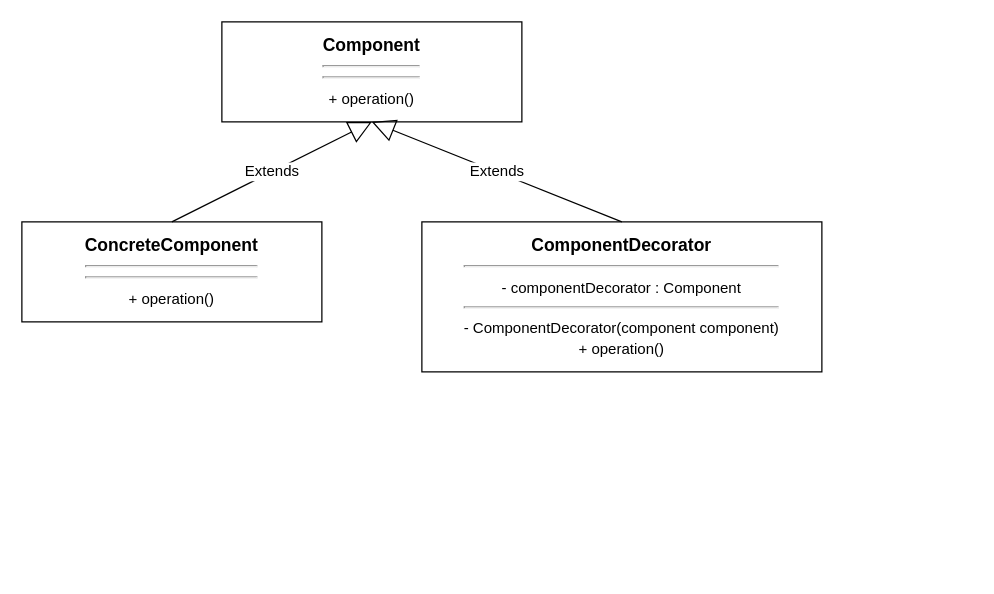
Earlier version of the draw.io diagram DecoratorPattern.drawio (jongHyeon0000/bitcamp-study). Source tidied: cells renumbered, new cells numbered last; positions are measured from the earlier drawing's top-left corner, leaving out a move shared by most shapes. Both pictures are drawn from the tidied source at 125%, with x=0, y=0 at pixel (21, 21).
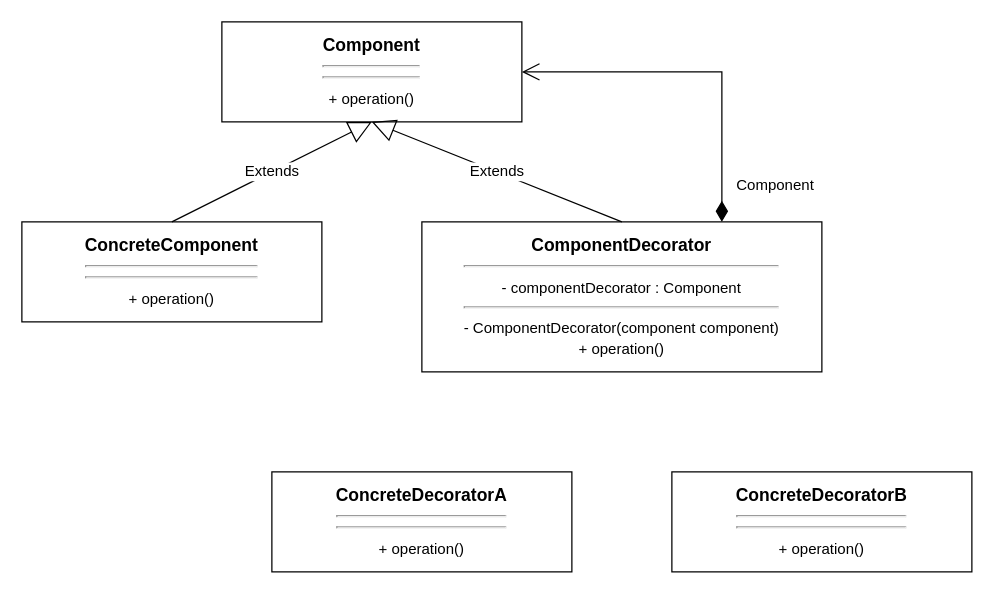
After the change.

The edit, as a diff of the source:
```diff
@@
 <mxGraphModel>
   <root>
     <mxCell id="0" />
     <mxCell id="1" parent="0" />
     <mxCell id="2" value="&lt;b&gt;Component&lt;br&gt;&lt;/b&gt;&lt;hr&gt;&lt;hr style=&quot;font-size: 13px;&quot;&gt;&lt;span style=&quot;font-size: 12px;&quot;&gt;+ operation()&lt;/span&gt;" style="rounded=0;whiteSpace=wrap;html=1;fontSize=14;fontColor=#000000;fillColor=default;gradientColor=none;" parent="1" vertex="1">
       <mxGeometry x="160" width="240" height="80" as="geometry" />
     </mxCell>
     <mxCell id="3" value="&lt;b&gt;ConcreteComponent&lt;br&gt;&lt;/b&gt;&lt;hr&gt;&lt;hr style=&quot;font-size: 13px;&quot;&gt;&lt;span style=&quot;font-size: 12px;&quot;&gt;+ operation()&lt;/span&gt;" style="rounded=0;whiteSpace=wrap;html=1;fontSize=14;fontColor=#000000;fillColor=default;gradientColor=none;" parent="1" vertex="1">
       <mxGeometry y="160" width="240" height="80" as="geometry" />
     </mxCell>
     <mxCell id="4" value="Extends" style="endArrow=block;endSize=16;endFill=0;html=1;rounded=0;fontSize=12;fontColor=#000000;exitX=0.5;exitY=0;exitDx=0;exitDy=0;entryX=0.5;entryY=1;entryDx=0;entryDy=0;" parent="1" edge="1" source="3" target="2">
       <mxGeometry relative="1" as="geometry" />
     </mxCell>
     <mxCell id="5" value="&lt;b&gt;ComponentDecorator&lt;br&gt;&lt;/b&gt;&lt;hr&gt;&lt;font style=&quot;font-size: 12px;&quot;&gt;- componentDecorator : Component&lt;/font&gt;&lt;br&gt;&lt;hr style=&quot;font-size: 13px;&quot;&gt;&lt;span style=&quot;font-size: 12px;&quot;&gt;- ComponentDecorator(component component)&lt;br&gt;+ operation()&lt;/span&gt;" style="rounded=0;whiteSpace=wrap;html=1;fontSize=14;fontColor=#000000;fillColor=default;gradientColor=none;" parent="1" vertex="1">
       <mxGeometry x="320" y="160" width="320" height="120" as="geometry" />
     </mxCell>
     <mxCell id="6" value="Extends" style="endArrow=block;endSize=16;endFill=0;html=1;rounded=0;fontSize=12;fontColor=#000000;exitX=0.5;exitY=0;exitDx=0;exitDy=0;" parent="1" edge="1" source="5">
       <mxGeometry relative="1" as="geometry">
         <mxPoint x="280" y="80" as="targetPoint" />
       </mxGeometry>
     </mxCell>
+    <mxCell id="7" value="&lt;b&gt;ConcreteDecoratorA&lt;br&gt;&lt;/b&gt;&lt;hr&gt;&lt;hr style=&quot;font-size: 13px;&quot;&gt;&lt;span style=&quot;font-size: 12px;&quot;&gt;+ operation()&lt;/span&gt;" style="rounded=0;whiteSpace=wrap;html=1;fontSize=14;fontColor=#000000;fillColor=default;gradientColor=none;" parent="1" vertex="1">
+      <mxGeometry x="200" y="360" width="240" height="80" as="geometry" />
+    </mxCell>
+    <mxCell id="8" value="&lt;b&gt;ConcreteDecoratorB&lt;br&gt;&lt;/b&gt;&lt;hr&gt;&lt;hr style=&quot;font-size: 13px;&quot;&gt;&lt;span style=&quot;font-size: 12px;&quot;&gt;+ operation()&lt;/span&gt;" style="rounded=0;whiteSpace=wrap;html=1;fontSize=14;fontColor=#000000;fillColor=default;gradientColor=none;" parent="1" vertex="1">
+      <mxGeometry x="520" y="360" width="240" height="80" as="geometry" />
+    </mxCell>
+    <mxCell id="9" value="Component" style="endArrow=open;html=1;endSize=12;startArrow=diamondThin;startSize=14;startFill=1;edgeStyle=orthogonalEdgeStyle;align=left;verticalAlign=bottom;rounded=0;fontSize=12;fontColor=#000000;entryX=1;entryY=0.5;entryDx=0;entryDy=0;exitX=0.75;exitY=0;exitDx=0;exitDy=0;" parent="1" edge="1">
+      <mxGeometry x="-0.86" y="-10" relative="1" as="geometry">
+        <mxPoint x="560" y="160" as="sourcePoint" />
+        <mxPoint x="400" y="40" as="targetPoint" />
+        <Array as="points">
+          <mxPoint x="560" y="160" />
+          <mxPoint x="560" y="40" />
+        </Array>
+      </mxGeometry>
+    </mxCell>
   </root>
 </mxGraphModel>
```
